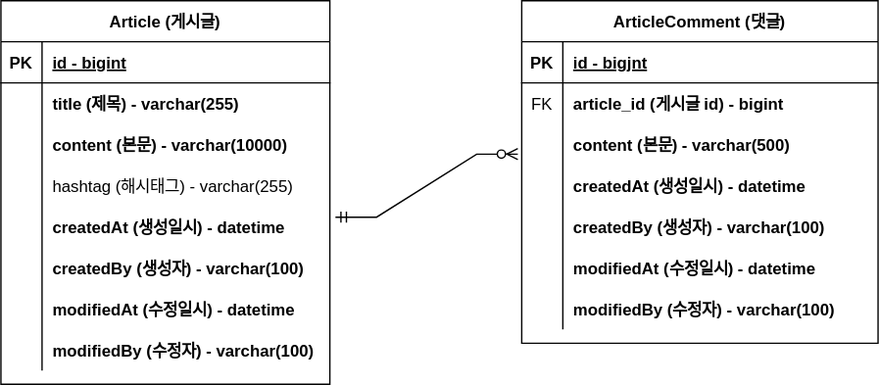
The draw.io diagram document/project-board-erd.svg in AnTaeWook/project-board, before a commit. Source tidied: cells renumbered, new cells last; positions are measured from the earlier drawing's top-left corner, leaving out a move shared by most shapes.
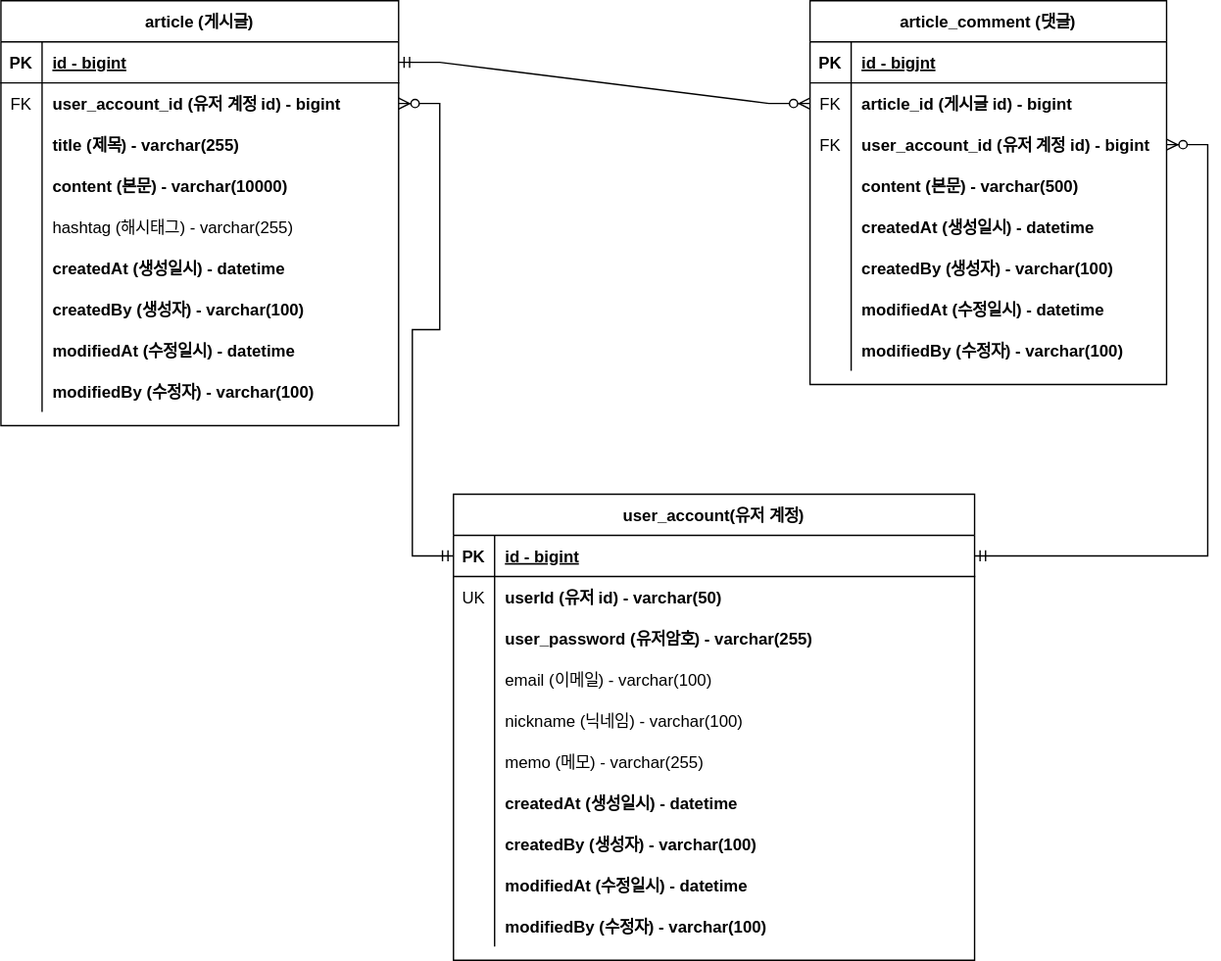
The same file after the commit.

Commit message:
#16 - ERD 다이어그램 업데이트(유저 정보 추가)

Diff of the diagram source:
```diff
@@ -4,7 +4,7 @@
     <mxCell id="1" parent="0" />
-    <mxCell id="2" value="Article (게시글)" style="shape=table;startSize=30;rowLines=0;fontStyle=1;align=center;" parent="1" vertex="1">
-      <mxGeometry width="240" height="280" as="geometry" />
+    <mxCell id="2" value="article (게시글)" style="shape=table;startSize=30;rowLines=0;fontStyle=1;align=center;" parent="1" vertex="1">
+      <mxGeometry x="-80" y="-80" width="290" height="310" as="geometry" />
     </mxCell>
     <mxCell id="3" style="shape=tableRow;horizontal=0;startSize=0;swimlaneHead=0;swimlaneBody=0;fillColor=none;points=[[0,0.5],[1,0.5]];portConstraint=eastwest;top=0;left=0;right=0;bottom=1;" parent="2" vertex="1">
-      <mxGeometry y="30" width="240" height="30" as="geometry" />
+      <mxGeometry y="30" width="290" height="30" as="geometry" />
     </mxCell>
@@ -14,15 +14,24 @@
     <mxCell id="5" value="id - bigint" style="shape=partialRectangle;fillColor=none;top=0;left=0;bottom=0;right=0;align=left;spacingLeft=6;fontStyle=5;overflow=hidden;" parent="3" vertex="1">
-      <mxGeometry x="30" width="210" height="30" as="geometry" />
+      <mxGeometry x="30" width="260" height="30" as="geometry" />
     </mxCell>
     <mxCell id="6" style="shape=tableRow;horizontal=0;startSize=0;swimlaneHead=0;swimlaneBody=0;fillColor=none;points=[[0,0.5],[1,0.5]];portConstraint=eastwest;top=0;left=0;right=0;bottom=0;" parent="2" vertex="1">
-      <mxGeometry y="60" width="240" height="30" as="geometry" />
+      <mxGeometry y="60" width="290" height="30" as="geometry" />
     </mxCell>
-    <mxCell id="7" style="shape=partialRectangle;fillColor=none;top=0;left=0;bottom=0;right=0;overflow=hidden;" parent="6" vertex="1">
+    <mxCell id="7" value="FK" style="shape=partialRectangle;fillColor=none;top=0;left=0;bottom=0;right=0;overflow=hidden;" parent="6" vertex="1">
       <mxGeometry width="30" height="30" as="geometry" />
     </mxCell>
-    <mxCell id="8" value="title (제목) - varchar(255)" style="shape=partialRectangle;fillColor=none;top=0;left=0;bottom=0;right=0;align=left;spacingLeft=6;overflow=hidden;fontStyle=1;" parent="6" vertex="1">
-      <mxGeometry x="30" width="210" height="30" as="geometry" />
+    <mxCell id="8" value="user_account_id (유저 계정 id) - bigint" style="shape=partialRectangle;fillColor=none;top=0;left=0;bottom=0;right=0;align=left;spacingLeft=6;overflow=hidden;fontStyle=1;" parent="6" vertex="1">
+      <mxGeometry x="30" width="260" height="30" as="geometry" />
     </mxCell>
+    <mxCell id="50" style="shape=tableRow;horizontal=0;startSize=0;swimlaneHead=0;swimlaneBody=0;fillColor=none;top=0;left=0;right=0;bottom=0;" parent="2" vertex="1">
+      <mxGeometry y="90" width="290" height="30" as="geometry" />
+    </mxCell>
+    <mxCell id="51" style="shape=partialRectangle;fillColor=none;top=0;left=0;bottom=0;right=0;overflow=hidden;" parent="50" vertex="1">
+      <mxGeometry width="30" height="30" as="geometry" />
+    </mxCell>
+    <mxCell id="52" value="title (제목) - varchar(255)" style="shape=partialRectangle;fillColor=none;top=0;left=0;bottom=0;right=0;align=left;spacingLeft=6;overflow=hidden;fontStyle=1;" parent="50" vertex="1">
+      <mxGeometry x="30" width="260" height="30" as="geometry" />
+    </mxCell>
     <mxCell id="9" style="shape=tableRow;horizontal=0;startSize=0;swimlaneHead=0;swimlaneBody=0;fillColor=none;top=0;left=0;right=0;bottom=0;" parent="2" vertex="1">
-      <mxGeometry y="90" width="240" height="30" as="geometry" />
+      <mxGeometry y="120" width="290" height="30" as="geometry" />
     </mxCell>
@@ -32,6 +41,6 @@
     <mxCell id="11" value="content (본문) - varchar(10000)" style="shape=partialRectangle;fillColor=none;top=0;left=0;bottom=0;right=0;align=left;spacingLeft=6;overflow=hidden;fontStyle=1;" parent="9" vertex="1">
-      <mxGeometry x="30" width="210" height="30" as="geometry" />
+      <mxGeometry x="30" width="260" height="30" as="geometry" />
     </mxCell>
     <mxCell id="12" style="shape=tableRow;horizontal=0;startSize=0;swimlaneHead=0;swimlaneBody=0;fillColor=none;top=0;left=0;right=0;bottom=0;" parent="2" vertex="1">
-      <mxGeometry y="120" width="240" height="30" as="geometry" />
+      <mxGeometry y="150" width="290" height="30" as="geometry" />
     </mxCell>
@@ -41,6 +50,6 @@
     <mxCell id="14" value="hashtag (해시태그) - varchar(255)" style="shape=partialRectangle;fillColor=none;top=0;left=0;bottom=0;right=0;align=left;spacingLeft=6;overflow=hidden;" parent="12" vertex="1">
-      <mxGeometry x="30" width="210" height="30" as="geometry" />
+      <mxGeometry x="30" width="260" height="30" as="geometry" />
     </mxCell>
     <mxCell id="15" style="shape=tableRow;horizontal=0;startSize=0;swimlaneHead=0;swimlaneBody=0;fillColor=none;points=[[0,0.5],[1,0.5]];portConstraint=eastwest;top=0;left=0;right=0;bottom=0;" parent="2" vertex="1">
-      <mxGeometry y="150" width="240" height="30" as="geometry" />
+      <mxGeometry y="180" width="290" height="30" as="geometry" />
     </mxCell>
@@ -50,6 +59,6 @@
     <mxCell id="17" value="createdAt (생성일시) - datetime" style="shape=partialRectangle;fillColor=none;top=0;left=0;bottom=0;right=0;align=left;spacingLeft=6;overflow=hidden;fontStyle=1;" parent="15" vertex="1">
-      <mxGeometry x="30" width="210" height="30" as="geometry" />
+      <mxGeometry x="30" width="260" height="30" as="geometry" />
     </mxCell>
     <mxCell id="18" style="shape=tableRow;horizontal=0;startSize=0;swimlaneHead=0;swimlaneBody=0;fillColor=none;top=0;left=0;right=0;bottom=0;" parent="2" vertex="1">
-      <mxGeometry y="180" width="240" height="30" as="geometry" />
+      <mxGeometry y="210" width="290" height="30" as="geometry" />
     </mxCell>
@@ -59,6 +68,6 @@
     <mxCell id="20" value="createdBy (생성자) - varchar(100)" style="shape=partialRectangle;fillColor=none;top=0;left=0;bottom=0;right=0;align=left;spacingLeft=6;overflow=hidden;fontStyle=1;" parent="18" vertex="1">
-      <mxGeometry x="30" width="210" height="30" as="geometry" />
+      <mxGeometry x="30" width="260" height="30" as="geometry" />
     </mxCell>
     <mxCell id="21" style="shape=tableRow;horizontal=0;startSize=0;swimlaneHead=0;swimlaneBody=0;fillColor=none;top=0;left=0;right=0;bottom=0;" parent="2" vertex="1">
-      <mxGeometry y="210" width="240" height="30" as="geometry" />
+      <mxGeometry y="240" width="290" height="30" as="geometry" />
     </mxCell>
@@ -68,6 +77,6 @@
     <mxCell id="23" value="modifiedAt (수정일시) - datetime" style="shape=partialRectangle;fillColor=none;top=0;left=0;bottom=0;right=0;align=left;spacingLeft=6;overflow=hidden;fontStyle=1;" parent="21" vertex="1">
-      <mxGeometry x="30" width="210" height="30" as="geometry" />
+      <mxGeometry x="30" width="260" height="30" as="geometry" />
     </mxCell>
     <mxCell id="24" style="shape=tableRow;horizontal=0;startSize=0;swimlaneHead=0;swimlaneBody=0;fillColor=none;top=0;left=0;right=0;bottom=0;" parent="2" vertex="1">
-      <mxGeometry y="240" width="240" height="30" as="geometry" />
+      <mxGeometry y="270" width="290" height="30" as="geometry" />
     </mxCell>
@@ -77,6 +86,6 @@
     <mxCell id="26" value="modifiedBy (수정자) - varchar(100)" style="shape=partialRectangle;fillColor=none;top=0;left=0;bottom=0;right=0;align=left;spacingLeft=6;overflow=hidden;fontStyle=1;" parent="24" vertex="1">
-      <mxGeometry x="30" width="210" height="30" as="geometry" />
+      <mxGeometry x="30" width="260" height="30" as="geometry" />
     </mxCell>
-    <mxCell id="27" value="ArticleComment (댓글)" style="shape=table;startSize=30;rowLines=0;fontStyle=1;align=center;" parent="1" vertex="1">
-      <mxGeometry x="380" width="260" height="250" as="geometry" />
+    <mxCell id="27" value="article_comment (댓글)" style="shape=table;startSize=30;rowLines=0;fontStyle=1;align=center;" parent="1" vertex="1">
+      <mxGeometry x="510" y="-80" width="260" height="280" as="geometry" />
     </mxCell>
@@ -100,4 +109,13 @@
     </mxCell>
+    <mxCell id="53" style="shape=tableRow;horizontal=0;startSize=0;swimlaneHead=0;swimlaneBody=0;fillColor=none;points=[[0,0.5],[1,0.5]];portConstraint=eastwest;top=0;left=0;right=0;bottom=0;" parent="27" vertex="1">
+      <mxGeometry y="90" width="260" height="30" as="geometry" />
+    </mxCell>
+    <mxCell id="54" value="FK" style="shape=partialRectangle;fillColor=none;top=0;left=0;bottom=0;right=0;overflow=hidden;" parent="53" vertex="1">
+      <mxGeometry width="30" height="30" as="geometry" />
+    </mxCell>
+    <mxCell id="55" value="user_account_id (유저 계정 id) - bigint" style="shape=partialRectangle;fillColor=none;top=0;left=0;bottom=0;right=0;align=left;spacingLeft=6;overflow=hidden;fontStyle=1;" parent="53" vertex="1">
+      <mxGeometry x="30" width="230" height="30" as="geometry" />
+    </mxCell>
     <mxCell id="34" style="shape=tableRow;horizontal=0;startSize=0;swimlaneHead=0;swimlaneBody=0;fillColor=none;points=[[0,0.5],[1,0.5]];portConstraint=eastwest;top=0;left=0;right=0;bottom=0;" parent="27" vertex="1">
-      <mxGeometry y="90" width="260" height="30" as="geometry" />
+      <mxGeometry y="120" width="260" height="30" as="geometry" />
     </mxCell>
@@ -110,3 +128,3 @@
     <mxCell id="37" style="shape=tableRow;horizontal=0;startSize=0;swimlaneHead=0;swimlaneBody=0;fillColor=none;top=0;left=0;right=0;bottom=0;" parent="27" vertex="1">
-      <mxGeometry y="120" width="260" height="30" as="geometry" />
+      <mxGeometry y="150" width="260" height="30" as="geometry" />
     </mxCell>
@@ -119,3 +137,3 @@
     <mxCell id="40" style="shape=tableRow;horizontal=0;startSize=0;swimlaneHead=0;swimlaneBody=0;fillColor=none;top=0;left=0;right=0;bottom=0;" parent="27" vertex="1">
-      <mxGeometry y="150" width="260" height="30" as="geometry" />
+      <mxGeometry y="180" width="260" height="30" as="geometry" />
     </mxCell>
@@ -128,3 +146,3 @@
     <mxCell id="43" style="shape=tableRow;horizontal=0;startSize=0;swimlaneHead=0;swimlaneBody=0;fillColor=none;top=0;left=0;right=0;bottom=0;" parent="27" vertex="1">
-      <mxGeometry y="180" width="260" height="30" as="geometry" />
+      <mxGeometry y="210" width="260" height="30" as="geometry" />
     </mxCell>
@@ -137,3 +155,3 @@
     <mxCell id="46" style="shape=tableRow;horizontal=0;startSize=0;swimlaneHead=0;swimlaneBody=0;fillColor=none;top=0;left=0;right=0;bottom=0;" parent="27" vertex="1">
-      <mxGeometry y="210" width="260" height="30" as="geometry" />
+      <mxGeometry y="240" width="260" height="30" as="geometry" />
     </mxCell>
@@ -145,5 +163,104 @@
     </mxCell>
-    <mxCell id="49" style="edgeStyle=entityRelationEdgeStyle;fontSize=12;html=1;endArrow=ERzeroToMany;startArrow=ERmandOne;rounded=0;exitX=1.017;exitY=0.267;exitDx=0;exitDy=0;exitPerimeter=0;entryX=-0.011;entryY=0.733;entryDx=0;entryDy=0;entryPerimeter=0;" parent="1" edge="1" source="15" target="34">
+    <mxCell id="49" style="edgeStyle=entityRelationEdgeStyle;fontSize=12;html=1;endArrow=ERzeroToMany;startArrow=ERmandOne;rounded=0;" parent="1" edge="1" source="3" target="31">
       <mxGeometry relative="1" as="geometry" />
     </mxCell>
+    <mxCell id="56" value="user_account(유저 계정)" style="shape=table;startSize=30;rowLines=0;fontStyle=1;align=center;" parent="1" vertex="1">
+      <mxGeometry x="250" y="280" width="380" height="340" as="geometry" />
+    </mxCell>
+    <mxCell id="57" style="shape=tableRow;horizontal=0;startSize=0;swimlaneHead=0;swimlaneBody=0;fillColor=none;points=[[0,0.5],[1,0.5]];portConstraint=eastwest;top=0;left=0;right=0;bottom=1;" parent="56" vertex="1">
+      <mxGeometry y="30" width="380" height="30" as="geometry" />
+    </mxCell>
+    <mxCell id="58" value="PK" style="shape=partialRectangle;fillColor=none;top=0;left=0;bottom=0;right=0;fontStyle=1;overflow=hidden;" parent="57" vertex="1">
+      <mxGeometry width="30" height="30" as="geometry" />
+    </mxCell>
+    <mxCell id="59" value="id - bigint" style="shape=partialRectangle;fillColor=none;top=0;left=0;bottom=0;right=0;align=left;spacingLeft=6;fontStyle=5;overflow=hidden;" parent="57" vertex="1">
+      <mxGeometry x="30" width="350" height="30" as="geometry" />
+    </mxCell>
+    <mxCell id="60" style="shape=tableRow;horizontal=0;startSize=0;swimlaneHead=0;swimlaneBody=0;fillColor=none;top=0;left=0;right=0;bottom=0;" parent="56" vertex="1">
+      <mxGeometry y="60" width="380" height="30" as="geometry" />
+    </mxCell>
+    <mxCell id="61" value="UK" style="shape=partialRectangle;fillColor=none;top=0;left=0;bottom=0;right=0;overflow=hidden;" parent="60" vertex="1">
+      <mxGeometry width="30" height="30" as="geometry" />
+    </mxCell>
+    <mxCell id="62" value="userId (유저 id) - varchar(50)" style="shape=partialRectangle;fillColor=none;top=0;left=0;bottom=0;right=0;align=left;spacingLeft=6;overflow=hidden;fontStyle=1;" parent="60" vertex="1">
+      <mxGeometry x="30" width="350" height="30" as="geometry" />
+    </mxCell>
+    <mxCell id="63" style="shape=tableRow;horizontal=0;startSize=0;swimlaneHead=0;swimlaneBody=0;fillColor=none;top=0;left=0;right=0;bottom=0;" parent="56" vertex="1">
+      <mxGeometry y="90" width="380" height="30" as="geometry" />
+    </mxCell>
+    <mxCell id="64" style="shape=partialRectangle;fillColor=none;top=0;left=0;bottom=0;right=0;overflow=hidden;" parent="63" vertex="1">
+      <mxGeometry width="30" height="30" as="geometry" />
+    </mxCell>
+    <mxCell id="65" value="user_password (유저암호) - varchar(255)" style="shape=partialRectangle;fillColor=none;top=0;left=0;bottom=0;right=0;align=left;spacingLeft=6;overflow=hidden;fontStyle=1;" parent="63" vertex="1">
+      <mxGeometry x="30" width="350" height="30" as="geometry" />
+    </mxCell>
+    <mxCell id="66" style="shape=tableRow;horizontal=0;startSize=0;swimlaneHead=0;swimlaneBody=0;fillColor=none;top=0;left=0;right=0;bottom=0;" parent="56" vertex="1">
+      <mxGeometry y="120" width="380" height="30" as="geometry" />
+    </mxCell>
+    <mxCell id="67" style="shape=partialRectangle;fillColor=none;top=0;left=0;bottom=0;right=0;overflow=hidden;" parent="66" vertex="1">
+      <mxGeometry width="30" height="30" as="geometry" />
+    </mxCell>
+    <mxCell id="68" value="email (이메일) - varchar(100)" style="shape=partialRectangle;fillColor=none;top=0;left=0;bottom=0;right=0;align=left;spacingLeft=6;overflow=hidden;" parent="66" vertex="1">
+      <mxGeometry x="30" width="350" height="30" as="geometry" />
+    </mxCell>
+    <mxCell id="69" style="shape=tableRow;horizontal=0;startSize=0;swimlaneHead=0;swimlaneBody=0;fillColor=none;top=0;left=0;right=0;bottom=0;" parent="56" vertex="1">
+      <mxGeometry y="150" width="380" height="30" as="geometry" />
+    </mxCell>
+    <mxCell id="70" style="shape=partialRectangle;fillColor=none;top=0;left=0;bottom=0;right=0;overflow=hidden;" parent="69" vertex="1">
+      <mxGeometry width="30" height="30" as="geometry" />
+    </mxCell>
+    <mxCell id="71" value="nickname (닉네임) - varchar(100)" style="shape=partialRectangle;fillColor=none;top=0;left=0;bottom=0;right=0;align=left;spacingLeft=6;overflow=hidden;" parent="69" vertex="1">
+      <mxGeometry x="30" width="350" height="30" as="geometry" />
+    </mxCell>
+    <mxCell id="72" style="shape=tableRow;horizontal=0;startSize=0;swimlaneHead=0;swimlaneBody=0;fillColor=none;top=0;left=0;right=0;bottom=0;" parent="56" vertex="1">
+      <mxGeometry y="180" width="380" height="30" as="geometry" />
+    </mxCell>
+    <mxCell id="73" style="shape=partialRectangle;fillColor=none;top=0;left=0;bottom=0;right=0;overflow=hidden;" parent="72" vertex="1">
+      <mxGeometry width="30" height="30" as="geometry" />
+    </mxCell>
+    <mxCell id="74" value="memo (메모) - varchar(255)" style="shape=partialRectangle;fillColor=none;top=0;left=0;bottom=0;right=0;align=left;spacingLeft=6;overflow=hidden;" parent="72" vertex="1">
+      <mxGeometry x="30" width="350" height="30" as="geometry" />
+    </mxCell>
+    <mxCell id="75" style="shape=tableRow;horizontal=0;startSize=0;swimlaneHead=0;swimlaneBody=0;fillColor=none;top=0;left=0;right=0;bottom=0;" parent="56" vertex="1">
+      <mxGeometry y="210" width="380" height="30" as="geometry" />
+    </mxCell>
+    <mxCell id="76" style="shape=partialRectangle;fillColor=none;top=0;left=0;bottom=0;right=0;overflow=hidden;" parent="75" vertex="1">
+      <mxGeometry width="30" height="30" as="geometry" />
+    </mxCell>
+    <mxCell id="77" value="createdAt (생성일시) - datetime" style="shape=partialRectangle;fillColor=none;top=0;left=0;bottom=0;right=0;align=left;spacingLeft=6;overflow=hidden;fontStyle=1;" parent="75" vertex="1">
+      <mxGeometry x="30" width="350" height="30" as="geometry" />
+    </mxCell>
+    <mxCell id="78" style="shape=tableRow;horizontal=0;startSize=0;swimlaneHead=0;swimlaneBody=0;fillColor=none;top=0;left=0;right=0;bottom=0;" parent="56" vertex="1">
+      <mxGeometry y="240" width="380" height="30" as="geometry" />
+    </mxCell>
+    <mxCell id="79" style="shape=partialRectangle;fillColor=none;top=0;left=0;bottom=0;right=0;overflow=hidden;" parent="78" vertex="1">
+      <mxGeometry width="30" height="30" as="geometry" />
+    </mxCell>
+    <mxCell id="80" value="createdBy (생성자) - varchar(100)" style="shape=partialRectangle;fillColor=none;top=0;left=0;bottom=0;right=0;align=left;spacingLeft=6;overflow=hidden;fontStyle=1;" parent="78" vertex="1">
+      <mxGeometry x="30" width="350" height="30" as="geometry" />
+    </mxCell>
+    <mxCell id="81" style="shape=tableRow;horizontal=0;startSize=0;swimlaneHead=0;swimlaneBody=0;fillColor=none;top=0;left=0;right=0;bottom=0;" parent="56" vertex="1">
+      <mxGeometry y="270" width="380" height="30" as="geometry" />
+    </mxCell>
+    <mxCell id="82" style="shape=partialRectangle;fillColor=none;top=0;left=0;bottom=0;right=0;overflow=hidden;" parent="81" vertex="1">
+      <mxGeometry width="30" height="30" as="geometry" />
+    </mxCell>
+    <mxCell id="83" value="modifiedAt (수정일시) - datetime" style="shape=partialRectangle;fillColor=none;top=0;left=0;bottom=0;right=0;align=left;spacingLeft=6;overflow=hidden;fontStyle=1;" parent="81" vertex="1">
+      <mxGeometry x="30" width="350" height="30" as="geometry" />
+    </mxCell>
+    <mxCell id="84" style="shape=tableRow;horizontal=0;startSize=0;swimlaneHead=0;swimlaneBody=0;fillColor=none;top=0;left=0;right=0;bottom=0;" parent="56" vertex="1">
+      <mxGeometry y="300" width="380" height="30" as="geometry" />
+    </mxCell>
+    <mxCell id="85" style="shape=partialRectangle;fillColor=none;top=0;left=0;bottom=0;right=0;overflow=hidden;" parent="84" vertex="1">
+      <mxGeometry width="30" height="30" as="geometry" />
+    </mxCell>
+    <mxCell id="86" value="modifiedBy (수정자) - varchar(100)" style="shape=partialRectangle;fillColor=none;top=0;left=0;bottom=0;right=0;align=left;spacingLeft=6;overflow=hidden;fontStyle=1;" parent="84" vertex="1">
+      <mxGeometry x="30" width="350" height="30" as="geometry" />
+    </mxCell>
+    <mxCell id="87" style="edgeStyle=entityRelationEdgeStyle;fontSize=12;html=1;endArrow=ERzeroToMany;startArrow=ERmandOne;rounded=0;" parent="1" edge="1" source="57" target="53">
+      <mxGeometry relative="1" as="geometry" />
+    </mxCell>
+    <mxCell id="88" style="edgeStyle=entityRelationEdgeStyle;fontSize=12;html=1;endArrow=ERzeroToMany;startArrow=ERmandOne;rounded=0;exitX=0;exitY=0.5;exitDx=0;exitDy=0;" parent="1" edge="1" source="57" target="6">
+      <mxGeometry relative="1" as="geometry" />
+    </mxCell>
   </root>
```
